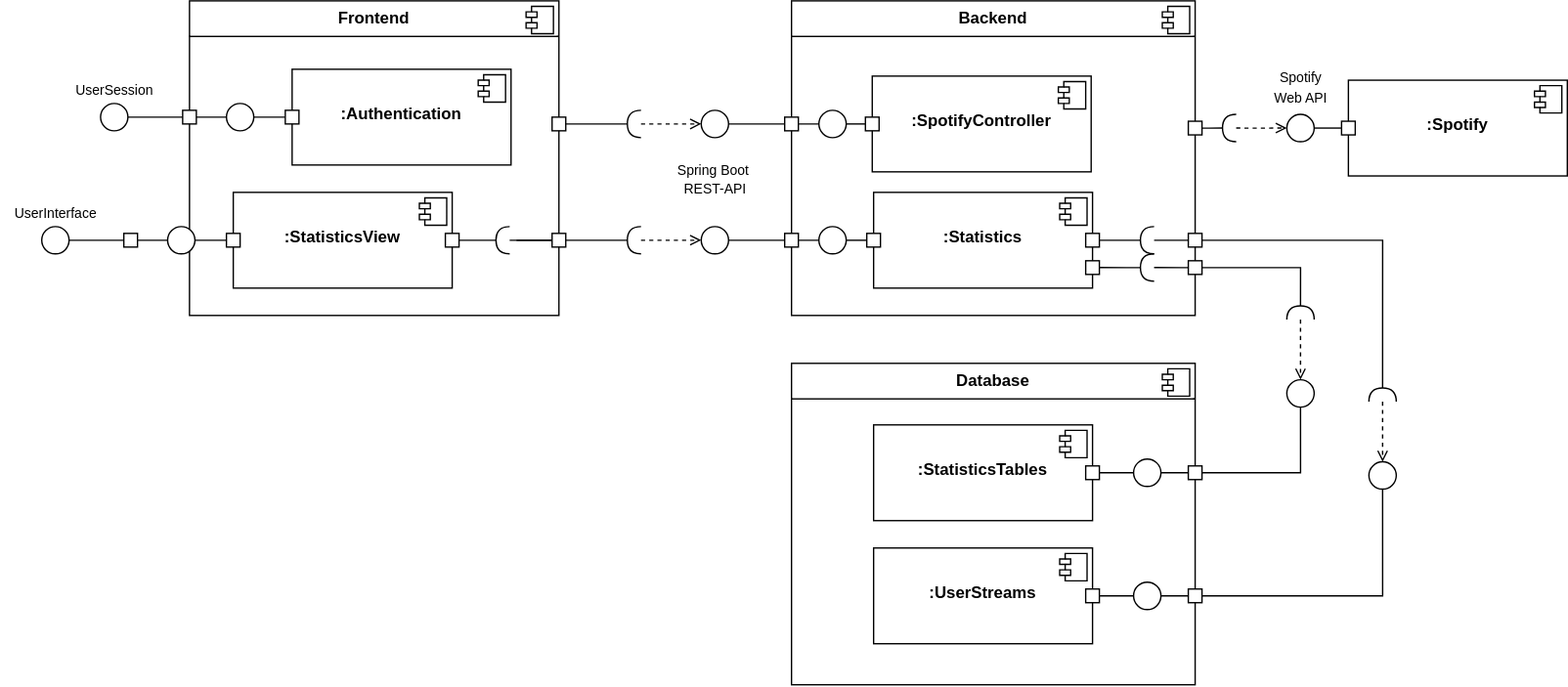
The draw.io diagram Documentation/diagrams/UML_Component_Diagram.svg in SE-TINF22B6/Statify, before a commit. Source tidied: cells renumbered, new cells last; positions are measured from the earlier drawing's top-left corner, leaving out a move shared by most shapes.
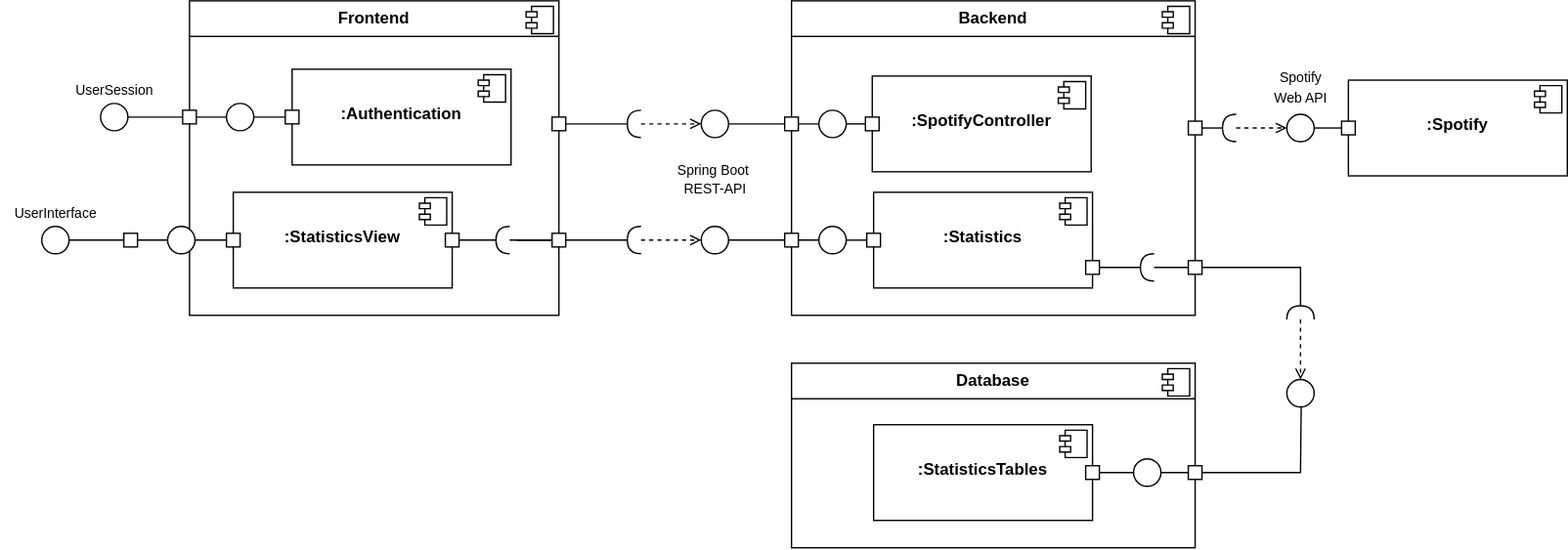
The same file after the commit.

What changed in the source:
```diff
@@ -162,9 +162,6 @@
     <mxCell id="48" style="rounded=0;whiteSpace=wrap;html=1;" parent="44" vertex="1">
       <mxGeometry x="160" y="50" width="10" height="10" as="geometry" />
     </mxCell>
-    <mxCell id="49" style="rounded=0;whiteSpace=wrap;html=1;" parent="44" vertex="1">
-      <mxGeometry x="160" y="30" width="10" height="10" as="geometry" />
-    </mxCell>
     <mxCell id="50" style="edgeStyle=orthogonalEdgeStyle;rounded=0;jettySize=auto;html=1;entryX=0;entryY=0.5;entryDx=0;entryDy=0;endArrow=none;endFill=0;" parent="1" edge="1" source="51" target="58">
       <mxGeometry relative="1" as="geometry" />
     </mxCell>
@@ -218,7 +215,7 @@
       <mxGeometry x="362" y="165" width="10" height="20" as="geometry" />
     </mxCell>
     <mxCell id="64" value="&lt;p style=&quot;margin:0px;margin-top:6px;text-align:center;&quot;&gt;&lt;b&gt;Database&lt;/b&gt;&lt;/p&gt;&lt;hr size=&quot;1&quot; style=&quot;border-style:solid;&quot;&gt;&lt;p style=&quot;margin:0px;margin-left:8px;&quot;&gt;&lt;br&gt;&lt;/p&gt;" style="align=left;overflow=fill;html=1;whiteSpace=wrap;" parent="1" vertex="1">
-      <mxGeometry x="578" y="265" width="295" height="235" as="geometry" />
+      <mxGeometry x="578" y="265" width="295" height="135" as="geometry" />
     </mxCell>
     <mxCell id="65" style="shape=component;jettyWidth=8;jettyHeight=4;" parent="64" vertex="1">
       <mxGeometry x="1" width="20" height="20" relative="1" as="geometry">
@@ -285,64 +282,6 @@
         </Array>
       </mxGeometry>
     </mxCell>
-    <mxCell id="84" style="group;" parent="1" vertex="1">
-      <mxGeometry x="633" y="400" width="165" height="70" as="geometry" />
-    </mxCell>
-    <mxCell id="85" value="&lt;p style=&quot;margin: 6px 0px 0px;&quot;&gt;&lt;b&gt;&lt;br&gt;&lt;/b&gt;&lt;/p&gt;&lt;p style=&quot;margin: 6px 0px 0px;&quot;&gt;&lt;b&gt;:UserStreams&lt;/b&gt;&lt;/p&gt;&lt;p style=&quot;margin: 6px 0px 0px;&quot;&gt;&lt;b&gt;&lt;br&gt;&lt;/b&gt;&lt;/p&gt;&lt;p style=&quot;margin:0px;margin-left:8px;&quot;&gt;&lt;br&gt;&lt;/p&gt;" style="align=center;overflow=fill;html=1;whiteSpace=wrap;" parent="84" vertex="1">
-      <mxGeometry x="5" width="160" height="70" as="geometry" />
-    </mxCell>
-    <mxCell id="86" style="shape=component;jettyWidth=8;jettyHeight=4;" parent="85" vertex="1">
-      <mxGeometry x="1" width="20" height="20" relative="1" as="geometry">
-        <mxPoint x="-24" y="4" as="offset" />
-      </mxGeometry>
-    </mxCell>
-    <mxCell id="87" style="rounded=0;whiteSpace=wrap;html=1;" parent="84" vertex="1">
-      <mxGeometry x="160" y="30" width="10" height="10" as="geometry" />
-    </mxCell>
-    <mxCell id="88" style="edgeStyle=orthogonalEdgeStyle;rounded=0;jettySize=auto;html=1;entryX=0;entryY=0.5;entryDx=0;entryDy=0;endArrow=none;endFill=0;" parent="1" edge="1" source="89" target="91">
-      <mxGeometry relative="1" as="geometry" />
-    </mxCell>
-    <mxCell id="89" style="ellipse;whiteSpace=wrap;html=1;" parent="1" vertex="1">
-      <mxGeometry x="828" y="425" width="20" height="20" as="geometry" />
-    </mxCell>
-    <mxCell id="90" style="edgeStyle=orthogonalEdgeStyle;rounded=0;jettySize=auto;html=1;endArrow=none;endFill=0;" parent="1" edge="1" source="91" target="94">
-      <mxGeometry relative="1" as="geometry" />
-    </mxCell>
-    <mxCell id="91" style="rounded=0;whiteSpace=wrap;html=1;" parent="1" vertex="1">
-      <mxGeometry x="868" y="430" width="10" height="10" as="geometry" />
-    </mxCell>
-    <mxCell id="92" style="edgeStyle=orthogonalEdgeStyle;rounded=0;jettySize=auto;html=1;entryX=0;entryY=0.5;entryDx=0;entryDy=0;exitX=1;exitY=0.5;exitDx=0;exitDy=0;endArrow=none;endFill=0;" parent="1" edge="1" target="89">
-      <mxGeometry relative="1" as="geometry">
-        <mxPoint x="803" y="435" as="sourcePoint" />
-      </mxGeometry>
-    </mxCell>
-    <mxCell id="93" style="group;rotation=90;" parent="1" vertex="1">
-      <mxGeometry x="973" y="310" width="74" height="20" as="geometry" />
-    </mxCell>
-    <mxCell id="94" style="ellipse;whiteSpace=wrap;html=1;rotation=90;" parent="93" vertex="1">
-      <mxGeometry x="27" y="27" width="20" height="20" as="geometry" />
-    </mxCell>
-    <mxCell id="95" style="edgeStyle=orthogonalEdgeStyle;rounded=0;jettySize=auto;html=1;exitX=0;exitY=0.5;exitDx=0;exitDy=0;exitPerimeter=0;entryX=0;entryY=0.5;entryDx=0;entryDy=0;dashed=1;endArrow=open;endFill=0;" parent="93" edge="1" source="96" target="94">
-      <mxGeometry relative="1" as="geometry" />
-    </mxCell>
-    <mxCell id="96" style="shape=requiredInterface;html=1;verticalLabelPosition=bottom;sketch=0;rotation=-90;" parent="93" vertex="1">
-      <mxGeometry x="32" y="-32" width="10" height="20" as="geometry" />
-    </mxCell>
-    <mxCell id="97" style="rounded=0;whiteSpace=wrap;html=1;" parent="1" vertex="1">
-      <mxGeometry x="868" y="170" width="10" height="10" as="geometry" />
-    </mxCell>
-    <mxCell id="98" style="edgeStyle=orthogonalEdgeStyle;rounded=0;jettySize=auto;html=1;entryX=1;entryY=0.5;entryDx=0;entryDy=0;endArrow=none;endFill=0;" parent="1" edge="1" source="99" target="49">
-      <mxGeometry relative="1" as="geometry" />
-    </mxCell>
-    <mxCell id="99" style="shape=requiredInterface;html=1;verticalLabelPosition=bottom;sketch=0;rotation=-180;" parent="1" vertex="1">
-      <mxGeometry x="833" y="165" width="10" height="20" as="geometry" />
-    </mxCell>
-    <mxCell id="100" style="edgeStyle=orthogonalEdgeStyle;rounded=0;jettySize=auto;html=1;entryX=0;entryY=0.5;entryDx=0;entryDy=0;entryPerimeter=0;endArrow=none;endFill=0;" parent="1" edge="1" source="97" target="99">
-      <mxGeometry relative="1" as="geometry" />
-    </mxCell>
-    <mxCell id="101" style="edgeStyle=orthogonalEdgeStyle;rounded=0;jettySize=auto;html=1;entryX=1;entryY=0.5;entryDx=0;entryDy=0;entryPerimeter=0;endArrow=none;endFill=0;" parent="1" edge="1" source="97" target="96">
-      <mxGeometry relative="1" as="geometry" />
-    </mxCell>
     <mxCell id="102" style="edgeStyle=orthogonalEdgeStyle;rounded=0;jettySize=auto;html=1;entryX=0;entryY=0.5;entryDx=0;entryDy=0;endArrow=none;endFill=0;" parent="1" edge="1" source="104">
       <mxGeometry relative="1" as="geometry">
         <mxPoint x="165" y="175" as="targetPoint" />
```
